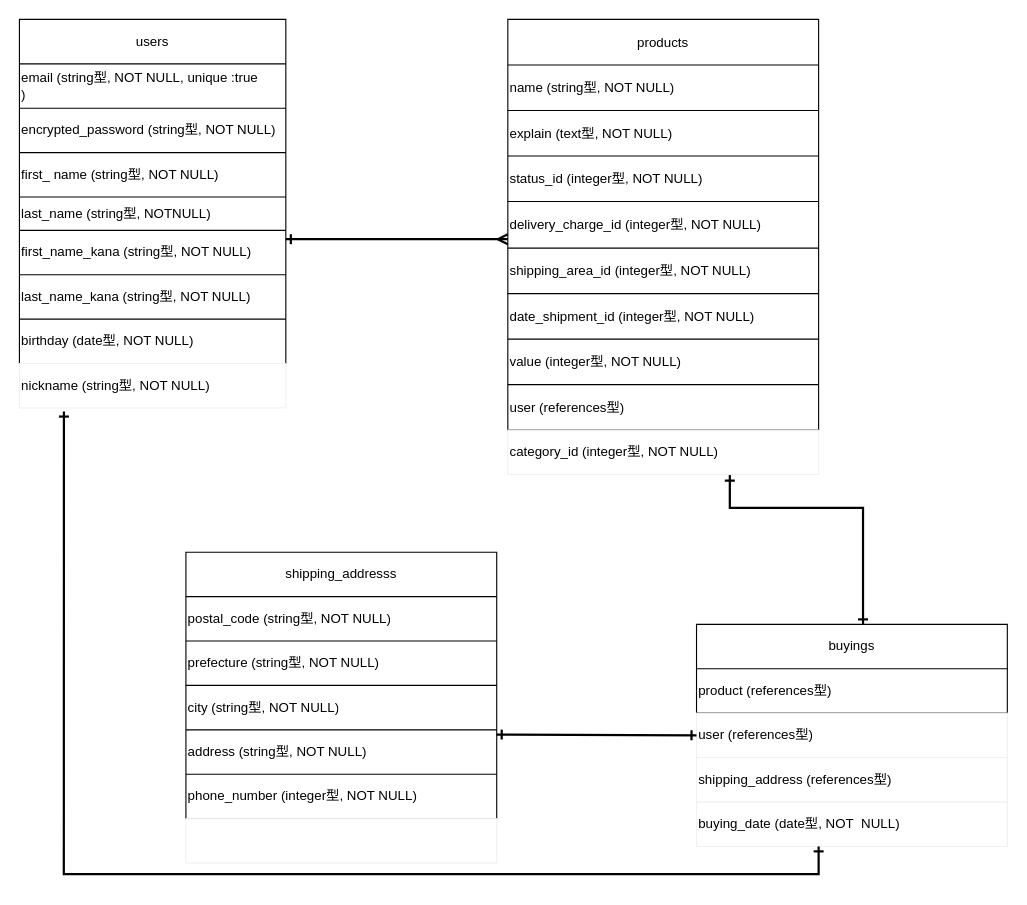
Above: ER.dio in Minamida-Rei/furima-35705 (draw.io), before the change. Source tidied: cells renumbered, new cells numbered last; positions are measured from the earlier drawing's top-left corner, leaving out a move shared by most shapes. Both pictures are drawn from the tidied source at 111%, with x=0, y=0 at pixel (19, 19).
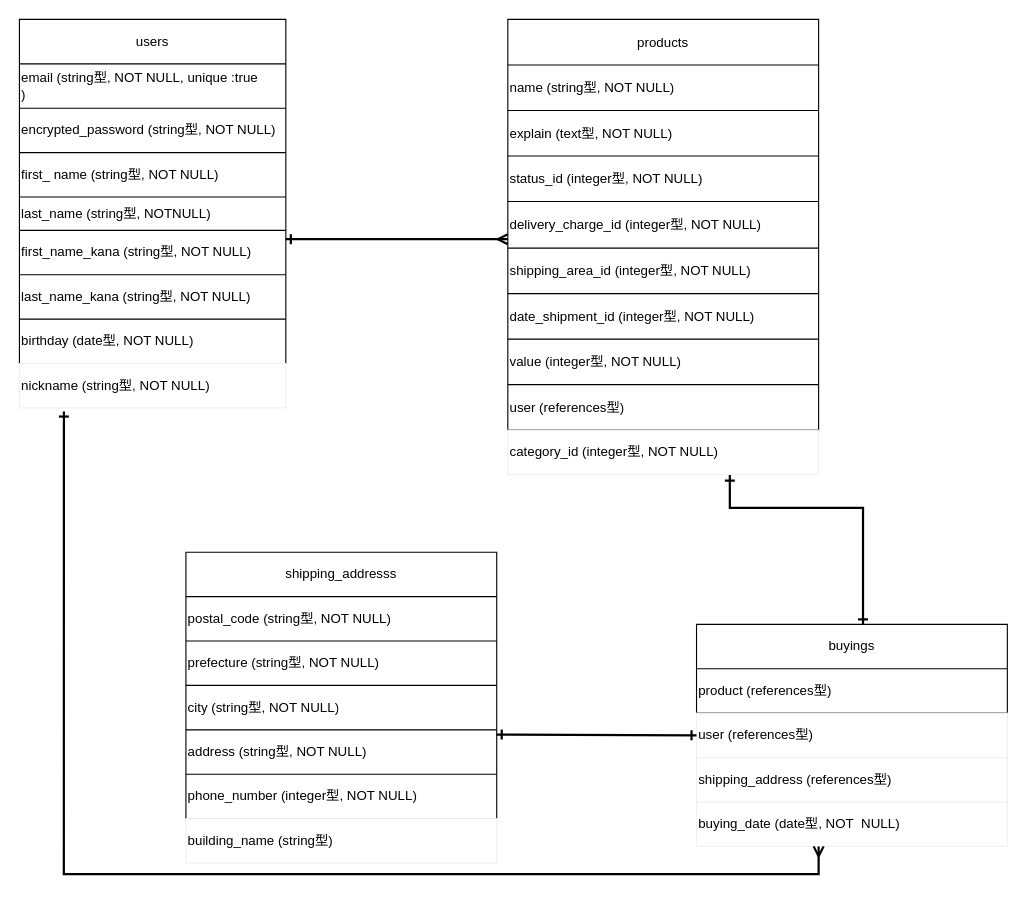
The same page after the edit.

Commit message (it also covers changes not shown here):
データベース設計修正3

Unchanged cells that the change refers to:
```xml
<mxCell id="64" value="nickname (string型, NOT NULL)" style="whiteSpace=wrap;html=1;strokeColor=#f0f0f0;fontSize=12;align=left;" parent="1" vertex="1">
  <mxGeometry y="310" width="240" height="40" as="geometry" />
</mxCell>
```

What changed in the source:
```diff
@@
-    <mxCell id="63" style="endArrow=ERone;html=1;rounded=0;strokeWidth=2;fontSize=12;startArrow=ERone;startFill=0;endFill=0;exitX=0.167;exitY=1.082;exitDx=0;exitDy=0;exitPerimeter=0;" parent="1" edge="1" source="64">
+    <mxCell id="63" style="endArrow=ERmany;html=1;rounded=0;strokeWidth=2;fontSize=12;startArrow=ERone;startFill=0;endFill=0;exitX=0.167;exitY=1.082;exitDx=0;exitDy=0;exitPerimeter=0;" parent="1" edge="1" source="64">
       <mxGeometry relative="1" as="geometry">
         <mxPoint x="720" y="745" as="targetPoint" />
         <Array as="points">
           <mxPoint x="40" y="770" />
           <mxPoint x="720" y="770" />
         </Array>
       </mxGeometry>
     </mxCell>
@@
-    <mxCell id="65" style="whiteSpace=wrap;html=1;strokeColor=#f0f0f0;fontSize=12;align=left;" parent="1" vertex="1">
+    <mxCell id="65" value="building_name (string型)" style="whiteSpace=wrap;html=1;strokeColor=#f0f0f0;fontSize=12;align=left;" parent="1" vertex="1">
       <mxGeometry x="150" y="720" width="280" height="40" as="geometry" />
     </mxCell>
```
